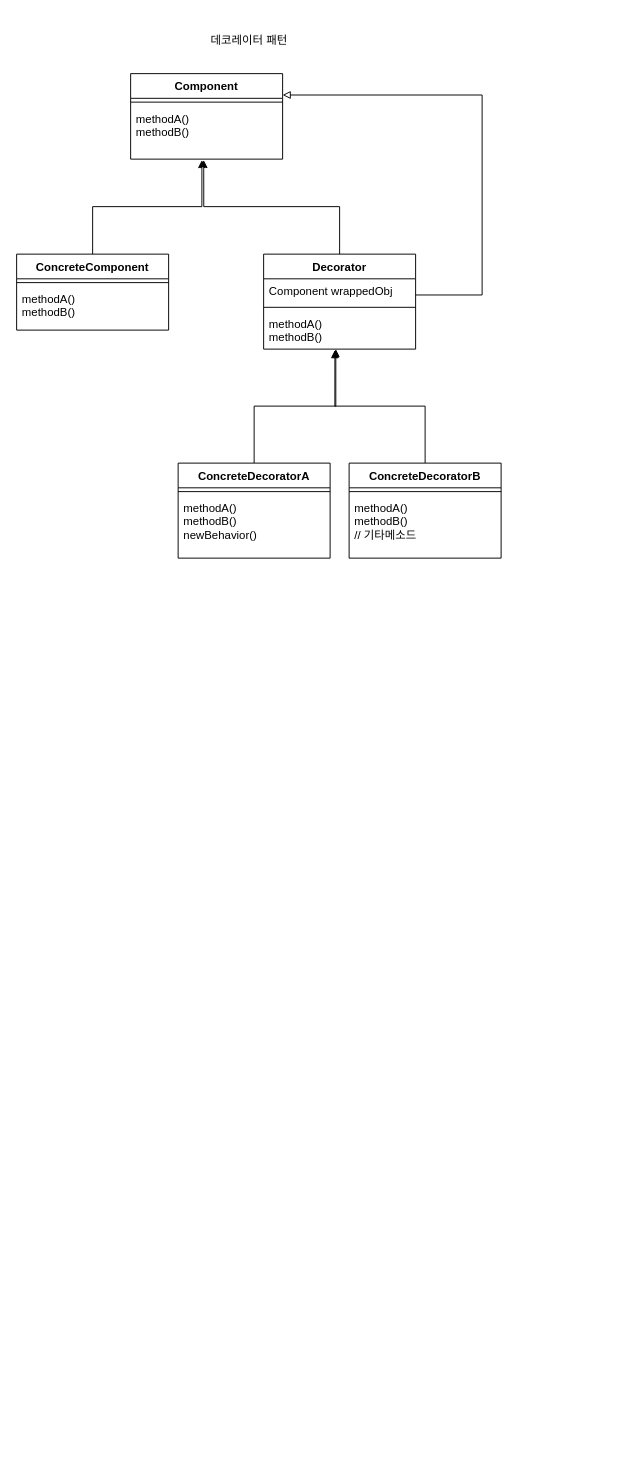
The draw.io diagram design-pattern.drawio in corns90/drawio, before the edit. Source tidied: cells renumbered, new cells numbered last; positions are measured from the earlier drawing's top-left corner, leaving out a move shared by most shapes. Both pictures are drawn from the tidied source at 95%, with x=0, y=0 at pixel (16, 16).
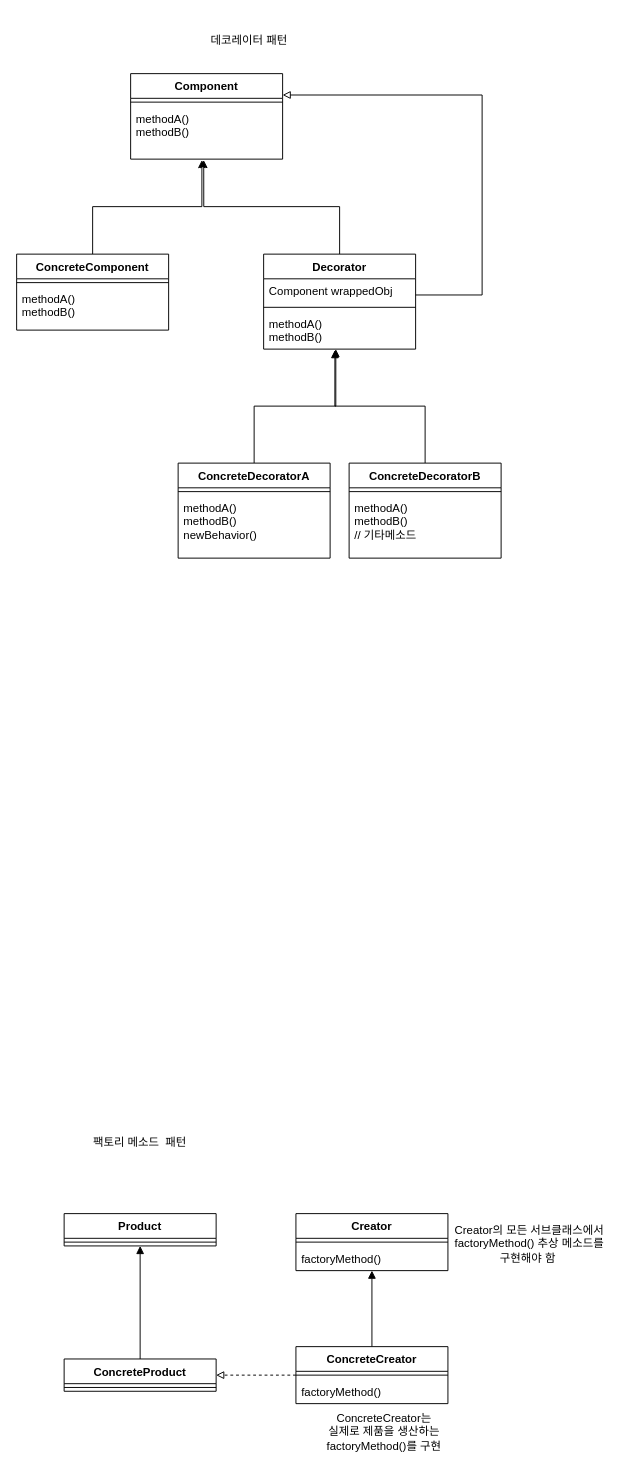
Above is the later version.

Commit message:
팩토리 메소드 패턴 추가

The edit, as a diff of the source:
```diff
@@
+    <mxCell id="24" value="Product" style="swimlane;fontStyle=1;align=center;verticalAlign=top;horizontal=1;startSize=26;" parent="1" vertex="1">
+      <mxGeometry x="50" y="1260" width="160" height="34" as="geometry" />
+    </mxCell>
+    <mxCell id="25" style="line;strokeWidth=1;fillColor=none;align=left;verticalAlign=middle;spacingTop=-1;spacingLeft=3;spacingRight=3;labelPosition=right;" parent="24" vertex="1">
+      <mxGeometry y="26" width="160" height="8" as="geometry" />
+    </mxCell>
+    <mxCell id="26" value="Creator" style="swimlane;fontStyle=1;align=center;verticalAlign=top;horizontal=1;startSize=26;" parent="1" vertex="1">
+      <mxGeometry x="294" y="1260" width="160" height="60" as="geometry" />
+    </mxCell>
+    <mxCell id="27" style="line;strokeWidth=1;fillColor=none;align=left;verticalAlign=middle;spacingTop=-1;spacingLeft=3;spacingRight=3;labelPosition=right;" parent="26" vertex="1">
+      <mxGeometry y="26" width="160" height="8" as="geometry" />
+    </mxCell>
+    <mxCell id="28" value="factoryMethod()" style="text;strokeColor=none;fillColor=none;align=left;verticalAlign=top;spacingLeft=4;spacingRight=4;overflow=hidden;" parent="26" vertex="1">
+      <mxGeometry y="34" width="160" height="26" as="geometry" />
+    </mxCell>
+    <mxCell id="29" style="edgeStyle=orthogonalEdgeStyle;rounded=0;jettySize=auto;html=1;endArrow=block;endFill=1;" parent="1" edge="1" source="30" target="24">
+      <mxGeometry relative="1" as="geometry" />
+    </mxCell>
+    <mxCell id="30" value="ConcreteProduct" style="swimlane;fontStyle=1;align=center;verticalAlign=top;horizontal=1;startSize=26;" parent="1" vertex="1">
+      <mxGeometry x="50" y="1413" width="160" height="34" as="geometry" />
+    </mxCell>
+    <mxCell id="31" style="line;strokeWidth=1;fillColor=none;align=left;verticalAlign=middle;spacingTop=-1;spacingLeft=3;spacingRight=3;labelPosition=right;" parent="30" vertex="1">
+      <mxGeometry y="26" width="160" height="8" as="geometry" />
+    </mxCell>
+    <mxCell id="32" style="edgeStyle=orthogonalEdgeStyle;rounded=0;jettySize=auto;html=1;endArrow=block;endFill=1;" parent="1" edge="1" source="34" target="26">
+      <mxGeometry relative="1" as="geometry" />
+    </mxCell>
+    <mxCell id="33" style="edgeStyle=orthogonalEdgeStyle;rounded=0;jettySize=auto;html=1;entryX=1;entryY=0.5;entryDx=0;entryDy=0;endArrow=block;endFill=0;dashed=1;" parent="1" edge="1" source="34" target="30">
+      <mxGeometry relative="1" as="geometry" />
+    </mxCell>
+    <mxCell id="34" value="ConcreteCreator" style="swimlane;fontStyle=1;align=center;verticalAlign=top;horizontal=1;startSize=26;" parent="1" vertex="1">
+      <mxGeometry x="294" y="1400" width="160" height="60" as="geometry" />
+    </mxCell>
+    <mxCell id="35" style="line;strokeWidth=1;fillColor=none;align=left;verticalAlign=middle;spacingTop=-1;spacingLeft=3;spacingRight=3;labelPosition=right;" parent="34" vertex="1">
+      <mxGeometry y="26" width="160" height="8" as="geometry" />
+    </mxCell>
+    <mxCell id="36" value="factoryMethod()" style="text;strokeColor=none;fillColor=none;align=left;verticalAlign=top;spacingLeft=4;spacingRight=4;overflow=hidden;" parent="34" vertex="1">
+      <mxGeometry y="34" width="160" height="26" as="geometry" />
+    </mxCell>
+    <mxCell id="37" value="팩토리 메소드&amp;nbsp; 패턴" style="text;html=1;strokeColor=none;fillColor=none;align=center;verticalAlign=middle;whiteSpace=wrap;rounded=0;" parent="1" vertex="1">
+      <mxGeometry x="50" y="1170" width="160" height="30" as="geometry" />
+    </mxCell>
+    <mxCell id="38" value="Creator의 모든 서브클래스에서&lt;br&gt;factoryMethod() 추상 메소드를&lt;br&gt;구현해야 함&amp;nbsp;" style="text;html=1;strokeColor=none;fillColor=none;align=center;verticalAlign=middle;whiteSpace=wrap;rounded=0;" parent="1" vertex="1">
+      <mxGeometry x="450" y="1264" width="180" height="56" as="geometry" />
+    </mxCell>
+    <mxCell id="39" value="ConcreteCreator는&lt;br&gt;실제로 제품을 생산하는&lt;br&gt;factoryMethod()를 구현" style="text;html=1;strokeColor=none;fillColor=none;align=center;verticalAlign=middle;whiteSpace=wrap;rounded=0;" parent="1" vertex="1">
+      <mxGeometry x="294" y="1460" width="186" height="60" as="geometry" />
+    </mxCell>
```
